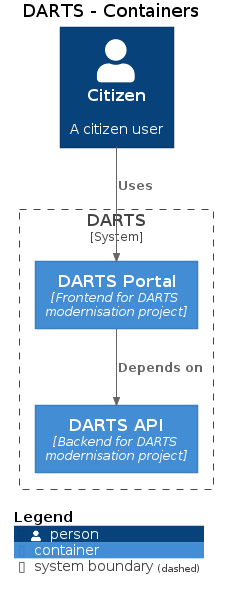
This is docs/c4/darts/images/structurizr-darts-citizen.png from hmcts/cnp-api-docs, a PlantUML export, as it was before one commit. The source it was exported from:
```plantuml
@startuml
title DARTS - Containers

top to bottom direction

!includeurl https://raw.githubusercontent.com/plantuml-stdlib/C4-PlantUML/master/C4.puml
!includeurl https://raw.githubusercontent.com/plantuml-stdlib/C4-PlantUML/master/C4_Context.puml
!includeurl https://raw.githubusercontent.com/plantuml-stdlib/C4-PlantUML/master/C4_Container.puml

Person(Citizen, "Citizen", "A citizen user")

System_Boundary("DARTS_boundary", "DARTS") {
  Container(DARTS.DARTSAPI, "DARTS API", "Backend for DARTS modernisation project")
  Container(DARTS.DARTSPortal, "DARTS Portal", "Frontend for DARTS modernisation project")
}

Rel_D(DARTS.DARTSPortal, DARTS.DARTSAPI, "Depends on")
Rel_D(Citizen, DARTS.DARTSPortal, "Uses")

SHOW_DYNAMIC_LEGEND()
@enduml
```
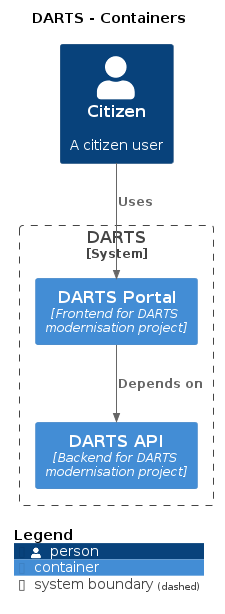
Above is the later version.

What changed in the source:
```diff
@@ -3,19 +3,19 @@
 
 top to bottom direction
 
-!includeurl https://raw.githubusercontent.com/plantuml-stdlib/C4-PlantUML/master/C4.puml
-!includeurl https://raw.githubusercontent.com/plantuml-stdlib/C4-PlantUML/master/C4_Context.puml
-!includeurl https://raw.githubusercontent.com/plantuml-stdlib/C4-PlantUML/master/C4_Container.puml
+!include https://raw.githubusercontent.com/plantuml-stdlib/C4-PlantUML/master/C4.puml
+!include https://raw.githubusercontent.com/plantuml-stdlib/C4-PlantUML/master/C4_Context.puml
+!include https://raw.githubusercontent.com/plantuml-stdlib/C4-PlantUML/master/C4_Container.puml
 
-Person(Citizen, "Citizen", "A citizen user")
+Person(Citizen, "Citizen", "A citizen user", $tags="")
 
 System_Boundary("DARTS_boundary", "DARTS") {
-  Container(DARTS.DARTSAPI, "DARTS API", "Backend for DARTS modernisation project")
-  Container(DARTS.DARTSPortal, "DARTS Portal", "Frontend for DARTS modernisation project")
+  Container(DARTS.DARTSAPI, "DARTS API", "Backend for DARTS modernisation project", $tags="")
+  Container(DARTS.DARTSPortal, "DARTS Portal", "Frontend for DARTS modernisation project", $tags="")
 }
 
-Rel_D(DARTS.DARTSPortal, DARTS.DARTSAPI, "Depends on")
-Rel_D(Citizen, DARTS.DARTSPortal, "Uses")
+Rel_D(DARTS.DARTSPortal, DARTS.DARTSAPI, "Depends on", $tags="")
+Rel_D(Citizen, DARTS.DARTSPortal, "Uses", $tags="")
 
 SHOW_DYNAMIC_LEGEND()
 @enduml
```
